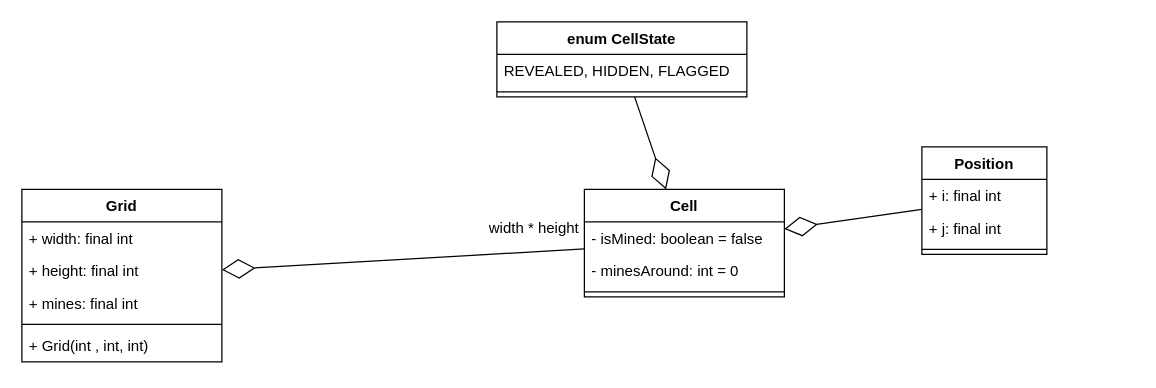
This is specification/model.drawio from mgmu/minesweeper, a draw.io file, before an edit. Source tidied: cells renumbered, new cells numbered last; positions are measured from the earlier drawing's top-left corner, leaving out a move shared by most shapes. Both pictures are drawn from the tidied source at 125%, with x=0, y=0 at pixel (21, 21).
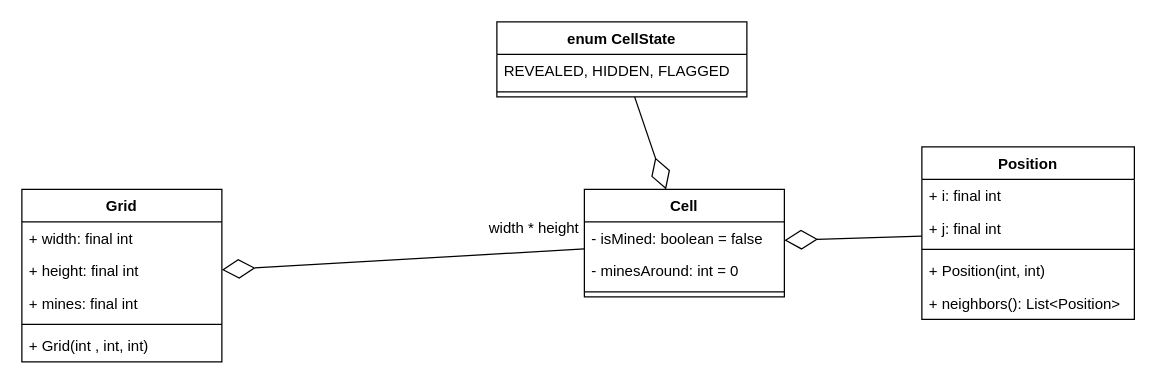
The same diagram, later.

Commit message (it also covers changes not shown here):
Update model diagram

Change to the diagram source:
```diff
@@
     <mxCell id="18" value="Position" style="swimlane;fontStyle=1;align=center;verticalAlign=top;horizontal=1;startSize=26;" parent="1" vertex="1">
-      <mxGeometry x="720" y="100" width="100" height="86" as="geometry" />
+      <mxGeometry x="720" y="100" width="170" height="138" as="geometry" />
     </mxCell>
     <mxCell id="19" value="+ i: final int" style="text;strokeColor=none;fillColor=none;align=left;verticalAlign=top;spacingLeft=4;spacingRight=4;overflow=hidden;" parent="18" vertex="1">
-      <mxGeometry y="26" width="100" height="26" as="geometry" />
+      <mxGeometry y="26" width="170" height="26" as="geometry" />
     </mxCell>
     <mxCell id="20" value="+ j: final int" style="text;strokeColor=none;fillColor=none;align=left;verticalAlign=top;spacingLeft=4;spacingRight=4;overflow=hidden;" parent="18" vertex="1">
-      <mxGeometry y="52" width="100" height="26" as="geometry" />
+      <mxGeometry y="52" width="170" height="26" as="geometry" />
     </mxCell>
     <mxCell id="21" style="line;strokeWidth=1;fillColor=none;align=left;verticalAlign=middle;spacingTop=-1;spacingLeft=3;spacingRight=3;labelPosition=right;strokeColor=inherit;" parent="18" vertex="1">
-      <mxGeometry y="78" width="100" height="8" as="geometry" />
+      <mxGeometry y="78" width="170" height="8" as="geometry" />
     </mxCell>
+    <mxCell id="23" value="+ Position(int, int)" style="text;strokeColor=none;fillColor=none;align=left;verticalAlign=top;spacingLeft=4;spacingRight=4;overflow=hidden;" parent="18" vertex="1">
+      <mxGeometry y="86" width="170" height="26" as="geometry" />
+    </mxCell>
+    <mxCell id="24" value="+ neighbors(): List&lt;Position&gt;" style="text;strokeColor=none;fillColor=none;align=left;verticalAlign=top;spacingLeft=4;spacingRight=4;overflow=hidden;" parent="18" vertex="1">
+      <mxGeometry y="112" width="170" height="26" as="geometry" />
+    </mxCell>
```
